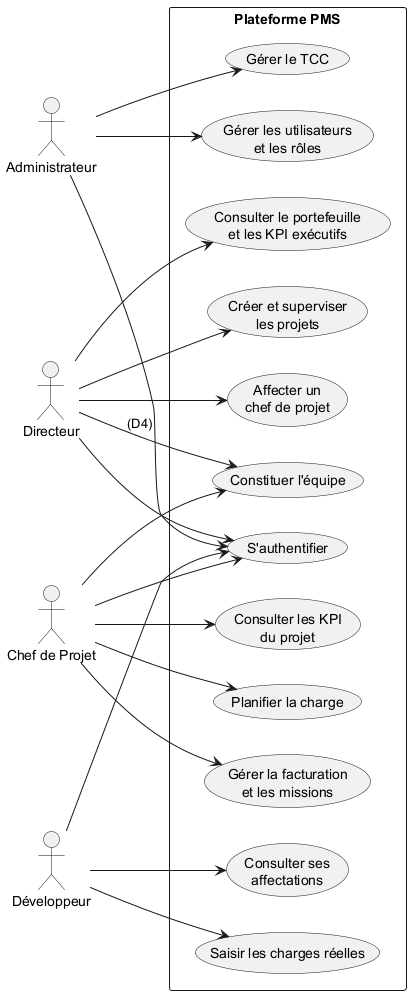
Before: docs/uml/use_case.png, a diagram exported from PlantUML (mazenrakrouki/tekup-pms-platform).
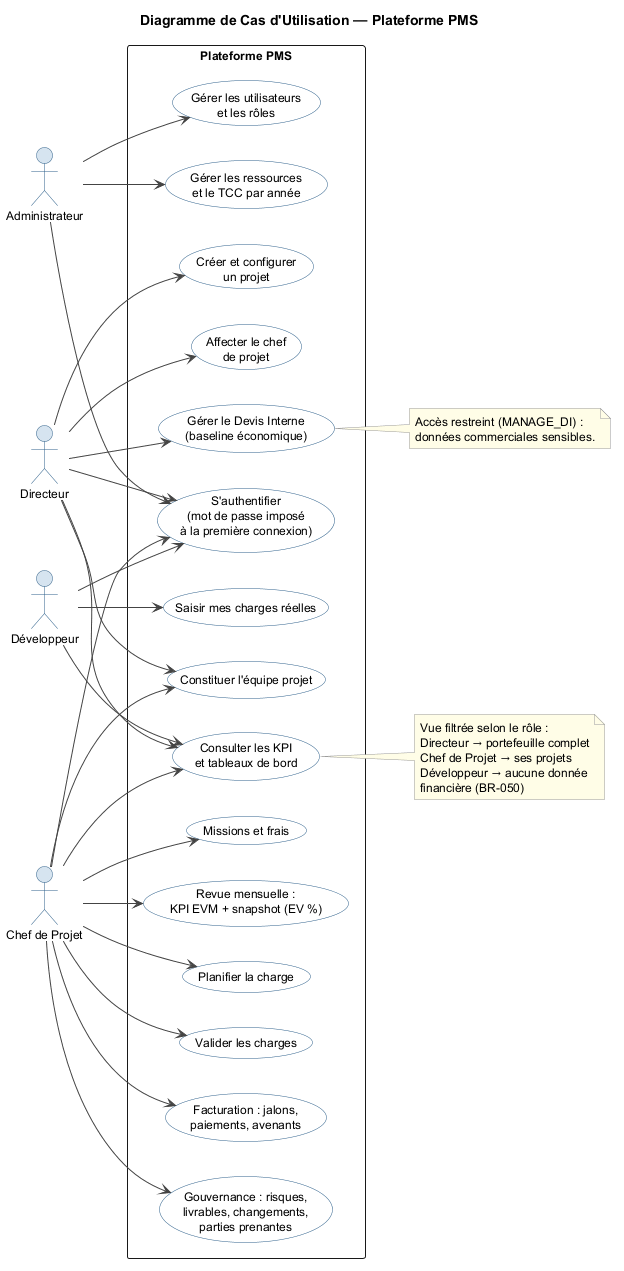
The same diagram one commit later.

The edit, as a diff of the source:
```diff
@@ -1,46 +1,81 @@
 @startuml use_case
+title Diagramme de Cas d'Utilisation — Plateforme PMS
+
 left to right direction
+
+skinparam shadowing false
 skinparam packageStyle rectangle
-skinparam shadowing false
+skinparam actorBackgroundColor #D6E4F0
+skinparam actorBorderColor #2C5F8A
+skinparam usecaseBackgroundColor #FFFFFF
+skinparam usecaseBorderColor #2C5F8A
+skinparam usecaseFontSize 12
+skinparam defaultFontName Helvetica
+skinparam defaultFontSize 12
+skinparam ArrowColor #444444
+skinparam noteBorderColor #999999
+skinparam noteBackgroundColor #FFFDE7
 
 actor "Administrateur" as Admin
-actor "Directeur" as Dir
+actor "Directeur"      as Dir
 actor "Chef de Projet" as PM
-actor "Développeur" as Dev
+actor "Développeur"    as Dev
 
 rectangle "Plateforme PMS" {
-  usecase "S'authentifier" as UC1
-  usecase "Gérer les utilisateurs\net les rôles" as UCu
-  usecase "Gérer le TCC" as UCt
-  usecase "Créer et superviser\nles projets" as UCproj
-  usecase "Affecter un\nchef de projet" as UCapm
-  usecase "Constituer l'équipe" as UCteam
-  usecase "Planifier la charge" as UCplan
-  usecase "Gérer la facturation\net les missions" as UCbill
-  usecase "Saisir les charges réelles" as UCsub
-  usecase "Consulter les KPI\ndu projet" as UCpmkpi
-  usecase "Consulter le portefeuille\net les KPI exécutifs" as UCexec
-  usecase "Consulter ses\naffectations" as UChist
+
+  usecase "S'authentifier\n(mot de passe imposé\nà la première connexion)" as UC1
+  usecase "Gérer les utilisateurs\net les rôles"                          as UC2
+  usecase "Gérer les ressources\net le TCC par année"                     as UC3
+  usecase "Créer et configurer\nun projet"                                as UC4
+  usecase "Affecter le chef\nde projet"                                   as UC5
+  usecase "Gérer le Devis Interne\n(baseline économique)"                 as UC6
+  usecase "Constituer l'équipe projet"                                    as UC7
+  usecase "Planifier la charge"                                           as UC8
+  usecase "Saisir mes charges réelles"                                    as UC9
+  usecase "Valider les charges"                                           as UC10
+  usecase "Facturation : jalons,\npaiements, avenants"                    as UC11
+  usecase "Gouvernance : risques,\nlivrables, changements,\nparties prenantes" as UC12
+  usecase "Missions et frais"                                             as UC13
+  usecase "Revue mensuelle :\nKPI EVM + snapshot (EV %)"                  as UC14
+  usecase "Consulter les KPI\net tableaux de bord"                        as UC15
 }
 
 Admin --> UC1
-Dir   --> UC1
-PM    --> UC1
-Dev   --> UC1
+Admin --> UC2
+Admin --> UC3
 
-Admin --> UCu
-Admin --> UCt
+Dir --> UC1
+Dir --> UC4
+Dir --> UC5
+Dir --> UC6
+Dir --> UC7
+Dir --> UC15
 
-Dir --> UCproj
-Dir --> UCapm
-Dir --> UCteam : (D4)
-Dir --> UCexec
+PM --> UC1
+PM --> UC7
+PM --> UC8
+PM --> UC10
+PM --> UC11
+PM --> UC12
+PM --> UC13
+PM --> UC14
+PM --> UC15
 
-PM --> UCteam
-PM --> UCplan
-PM --> UCbill
-PM --> UCpmkpi
+Dev --> UC1
+Dev --> UC9
+Dev --> UC15
 
-Dev --> UCsub
-Dev --> UChist
+note right of UC15
+  Vue filtrée selon le rôle :
+  Directeur → portefeuille complet
+  Chef de Projet → ses projets
+  Développeur → aucune donnée
+  financière (BR-050)
+end note
+
+note right of UC6
+  Accès restreint (MANAGE_DI) :
+  données commerciales sensibles.
+end note
+
 @enduml
```
